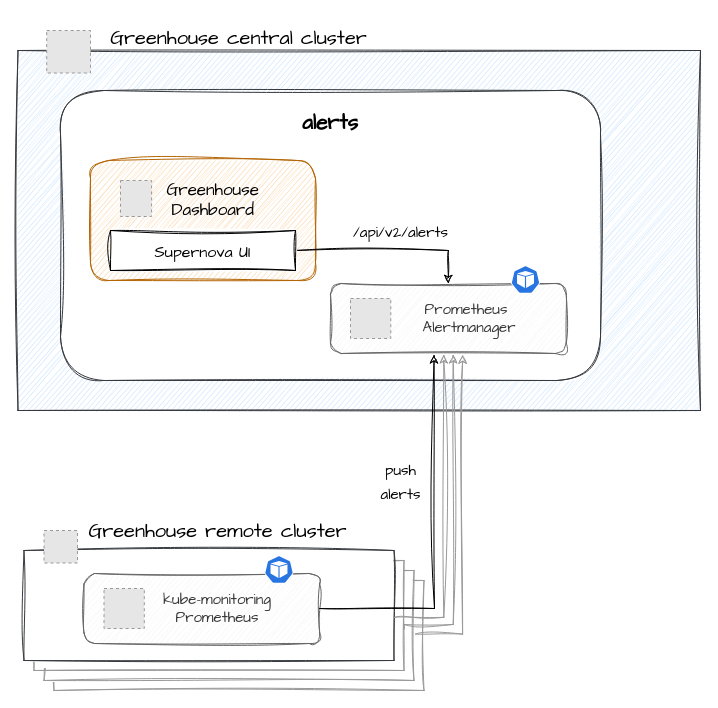
Earlier version of the draw.io diagram alerts/img/Alerts-arch.drawio (cloudoperators/greenhouse-extensions). Source tidied: cells renumbered, new cells numbered last; positions are measured from the earlier drawing's top-left corner, leaving out a move shared by most shapes. Both pictures are drawn from the tidied source at 100%, with x=0, y=0 at pixel (18, 17). Pictures stored in the file or linked from it are replaced by grey dashed boxes.
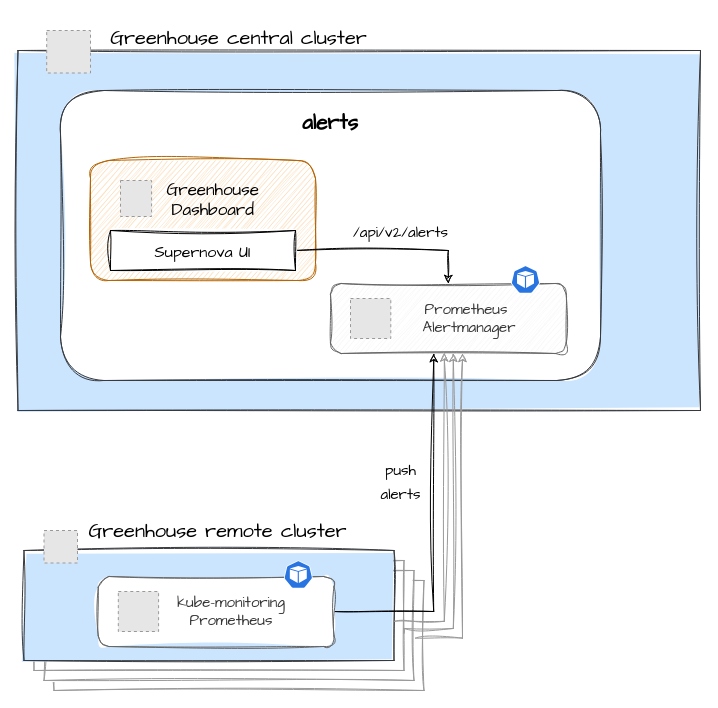
Above is the later version.

Commit message (it also covers changes not shown here):
docs(alerts): refresh drawing

Unchanged cells that the change refers to:
```xml
<mxCell id="21" value="&lt;font style=&quot;font-size: 15px;&quot; face=&quot;Architects Daughter&quot;&gt;&amp;nbsp; &amp;nbsp; &amp;nbsp; Prometheus&lt;br&gt;&amp;nbsp; &amp;nbsp; &amp;nbsp; &amp;nbsp;Alertmanager&lt;/font&gt;" style="rounded=1;whiteSpace=wrap;html=1;fillColor=#f5f5f5;strokeColor=#666666;sketch=1;curveFitting=1;jiggle=2;fontColor=#333333;" parent="20" vertex="1">
  <mxGeometry y="13" width="235.7" height="70" as="geometry" />
</mxCell>
```

Diff of the diagram source:
```diff
@@
-    <mxCell id="4" style="rounded=0;whiteSpace=wrap;html=1;fillColor=default;strokeColor=#999999;sketch=1;curveFitting=1;jiggle=2;" parent="1" vertex="1">
+    <mxCell id="4" style="rounded=0;whiteSpace=wrap;html=1;fillColor=none;strokeColor=#999999;sketch=1;curveFitting=1;jiggle=2;" parent="1" vertex="1">
       <mxGeometry x="15.5" y="543" width="370" height="110" as="geometry" />
     </mxCell>
-    <mxCell id="5" style="rounded=0;whiteSpace=wrap;html=1;fillColor=#cce5ff;strokeColor=#36393d;sketch=1;curveFitting=1;jiggle=2;" parent="1" vertex="1">
+    <mxCell id="5" style="rounded=0;whiteSpace=wrap;html=1;fillColor=#cce5ff;strokeColor=#36393d;sketch=1;curveFitting=1;jiggle=2;fillStyle=solid;" parent="1" vertex="1">
       <mxGeometry x="-0.5" y="33" width="682.5" height="360" as="geometry" />
     </mxCell>
@@
-    <mxCell id="7" style="rounded=0;whiteSpace=wrap;html=1;fillColor=default;strokeColor=#36393d;sketch=1;curveFitting=1;jiggle=2;" parent="1" vertex="1">
+    <mxCell id="7" style="rounded=0;whiteSpace=wrap;html=1;fillColor=#CCE5FF;strokeColor=#36393d;sketch=1;curveFitting=1;jiggle=2;fillStyle=solid;" parent="1" vertex="1">
       <mxGeometry x="5.5" y="533" width="370" height="110" as="geometry" />
     </mxCell>
@@
-    <mxCell id="11" style="group;" parent="1" vertex="1">
-      <mxGeometry x="65.5" y="543" width="235.7" height="83" as="geometry" />
-    </mxCell>
-    <mxCell id="12" value="&lt;font face=&quot;Architects Daughter&quot;&gt;&lt;span style=&quot;font-size: 15px;&quot;&gt;&amp;nbsp; &amp;nbsp; &amp;nbsp;kube-monitoring&lt;br&gt;&amp;nbsp; &amp;nbsp; &amp;nbsp;Prometheus&lt;/span&gt;&lt;/font&gt;" style="rounded=1;whiteSpace=wrap;html=1;fillColor=#f5f5f5;strokeColor=#666666;sketch=1;curveFitting=1;jiggle=2;fontColor=#333333;" parent="11" vertex="1">
-      <mxGeometry y="13" width="235.7" height="70" as="geometry" />
-    </mxCell>
-    <mxCell id="13" style="fillColor=#E6E6E6;strokeColor=#999999;dashed=1;verticalLabelPosition=bottom;verticalAlign=top;" parent="11" vertex="1">
-      <mxGeometry x="20" y="28" width="40.3" height="40" as="geometry" />
-    </mxCell>
-    <mxCell id="14" style="sketch=0;html=1;dashed=0;whitespace=wrap;fillColor=#2875E2;strokeColor=#ffffff;verticalLabelPosition=bottom;align=center;verticalAlign=top;shape=mxgraph.kubernetes.icon;prIcon=pod;hachureGap=4;jiggle=2;curveFitting=1;fontFamily=Architects Daughter;fontSize=20;" parent="11" vertex="1">
-      <mxGeometry x="180" y="-5" width="30" height="28" as="geometry" />
-    </mxCell>
@@
-    <mxCell id="26" style="edgeStyle=orthogonalEdgeStyle;rounded=0;sketch=1;hachureGap=4;jiggle=2;curveFitting=1;jettySize=auto;html=1;exitX=1;exitY=0.5;exitDx=0;exitDy=0;fontFamily=Architects Daughter;fontSize=16;entryX=0.418;entryY=1.019;entryDx=0;entryDy=0;entryPerimeter=0;" parent="1" edge="1" source="12">
-      <mxGeometry relative="1" as="geometry">
-        <mxPoint x="415.5" y="337.3" as="targetPoint" />
-      </mxGeometry>
+    <mxCell id="26" style="edgeStyle=orthogonalEdgeStyle;rounded=0;sketch=1;hachureGap=4;jiggle=2;curveFitting=1;jettySize=auto;html=1;exitX=1;exitY=0.5;exitDx=0;exitDy=0;fontFamily=Architects Daughter;fontSize=16;entryX=0.438;entryY=1.002;entryDx=0;entryDy=0;entryPerimeter=0;" parent="1" edge="1" source="12" target="21">
+      <mxGeometry relative="1" as="geometry" />
     </mxCell>
@@
-    <mxCell id="28" style="edgeStyle=orthogonalEdgeStyle;rounded=0;sketch=1;hachureGap=4;jiggle=2;curveFitting=1;orthogonalLoop=1;jettySize=auto;html=1;fontFamily=Architects Daughter;fontSize=16;entryX=0.451;entryY=1.046;entryDx=0;entryDy=0;entryPerimeter=0;exitX=0.999;exitY=0.625;exitDx=0;exitDy=0;exitPerimeter=0;strokeColor=#999999;" parent="1" edge="1">
+    <mxCell id="28" style="edgeStyle=orthogonalEdgeStyle;rounded=0;sketch=1;hachureGap=4;jiggle=2;curveFitting=1;jettySize=auto;html=1;fontFamily=Architects Daughter;fontSize=16;exitX=0.999;exitY=0.625;exitDx=0;exitDy=0;exitPerimeter=0;strokeColor=#999999;entryX=0.483;entryY=0.991;entryDx=0;entryDy=0;entryPerimeter=0;" parent="1" edge="1" target="21">
       <mxGeometry relative="1" as="geometry">
-        <mxPoint x="376.1" y="599.8" as="sourcePoint" />
-        <mxPoint x="425.3" y="337.2" as="targetPoint" />
+        <mxPoint x="376.1" y="603.8" as="sourcePoint" />
         <Array as="points">
-          <mxPoint x="425" y="600" />
+          <mxPoint x="426" y="604" />
         </Array>
       </mxGeometry>
     </mxCell>
-    <mxCell id="29" style="edgeStyle=orthogonalEdgeStyle;rounded=0;sketch=1;hachureGap=4;jiggle=2;curveFitting=1;orthogonalLoop=1;jettySize=auto;html=1;fontFamily=Architects Daughter;fontSize=16;exitX=1;exitY=0.615;exitDx=0;exitDy=0;exitPerimeter=0;entryX=0.495;entryY=1.046;entryDx=0;entryDy=0;entryPerimeter=0;strokeColor=#999999;" parent="1" edge="1">
+    <mxCell id="29" style="edgeStyle=orthogonalEdgeStyle;rounded=0;sketch=1;hachureGap=4;jiggle=2;curveFitting=1;jettySize=auto;html=1;fontFamily=Architects Daughter;fontSize=16;exitX=1;exitY=0.615;exitDx=0;exitDy=0;exitPerimeter=0;entryX=0.521;entryY=0.997;entryDx=0;entryDy=0;entryPerimeter=0;strokeColor=#999999;" parent="1" edge="1" target="21">
       <mxGeometry relative="1" as="geometry">
-        <mxPoint x="385.5" y="611.7" as="sourcePoint" />
-        <mxPoint x="434.7" y="337.2" as="targetPoint" />
+        <mxPoint x="385.5" y="615.7" as="sourcePoint" />
         <Array as="points">
-          <mxPoint x="386" y="607" />
-          <mxPoint x="435" y="607" />
+          <mxPoint x="385" y="611" />
+          <mxPoint x="435" y="611" />
         </Array>
       </mxGeometry>
     </mxCell>
-    <mxCell id="30" style="edgeStyle=orthogonalEdgeStyle;rounded=0;hachureGap=4;orthogonalLoop=1;jettySize=auto;html=1;fontFamily=Architects Daughter;fontSize=16;entryX=0.535;entryY=1.05;entryDx=0;entryDy=0;entryPerimeter=0;strokeWidth=1;exitX=1.004;exitY=0.596;exitDx=0;exitDy=0;exitPerimeter=0;sketch=1;curveFitting=1;jiggle=2;strokeColor=#999999;" parent="1" edge="1">
+    <mxCell id="30" style="edgeStyle=orthogonalEdgeStyle;rounded=0;hachureGap=4;jettySize=auto;html=1;fontFamily=Architects Daughter;fontSize=16;entryX=0.56;entryY=1;entryDx=0;entryDy=0;entryPerimeter=0;strokeWidth=1;exitX=1.004;exitY=0.596;exitDx=0;exitDy=0;exitPerimeter=0;sketch=1;curveFitting=1;jiggle=2;strokeColor=#999999;" parent="1" edge="1" target="21">
       <mxGeometry relative="1" as="geometry">
-        <mxPoint x="397" y="616.6" as="sourcePoint" />
-        <mxPoint x="444.1" y="337.5" as="targetPoint" />
+        <mxPoint x="397" y="620.6" as="sourcePoint" />
         <Array as="points">
-          <mxPoint x="444" y="617" />
+          <mxPoint x="444" y="621" />
         </Array>
       </mxGeometry>
     </mxCell>
@@
+    <mxCell id="12" value="&lt;font face=&quot;Architects Daughter&quot;&gt;&lt;span style=&quot;font-size: 15px;&quot;&gt;&amp;nbsp; &amp;nbsp; &amp;nbsp;kube-monitoring&lt;br&gt;&amp;nbsp; &amp;nbsp; &amp;nbsp;Prometheus&lt;/span&gt;&lt;/font&gt;" style="rounded=1;whiteSpace=wrap;html=1;fillColor=default;strokeColor=#666666;sketch=1;curveFitting=1;jiggle=2;fontColor=#333333;" parent="1" vertex="1">
+      <mxGeometry x="79.8" y="559" width="235.7" height="70" as="geometry" />
+    </mxCell>
+    <mxCell id="32" style="fillColor=#E6E6E6;strokeColor=#999999;dashed=1;verticalLabelPosition=bottom;verticalAlign=top;" parent="1" vertex="1">
+      <mxGeometry x="99.8" y="574" width="40.3" height="40" as="geometry" />
+    </mxCell>
+    <mxCell id="33" style="sketch=0;html=1;dashed=0;whitespace=wrap;fillColor=#2875E2;strokeColor=#ffffff;verticalLabelPosition=bottom;align=center;verticalAlign=top;shape=mxgraph.kubernetes.icon;prIcon=pod;hachureGap=4;jiggle=2;curveFitting=1;fontFamily=Architects Daughter;fontSize=20;" parent="1" vertex="1">
+      <mxGeometry x="264.8" y="543" width="30" height="28" as="geometry" />
+    </mxCell>
```
